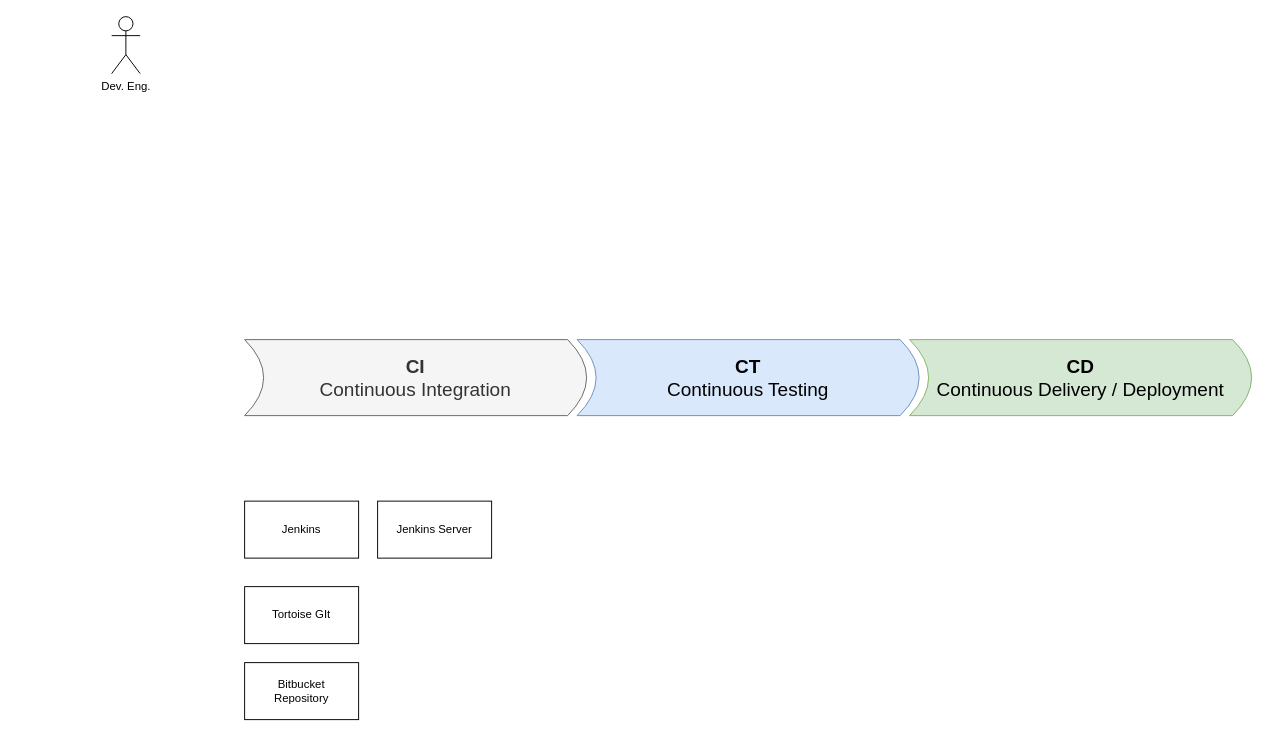
The draw.io diagram Devops Pipeline.drawio in EdwardsKorea/CommonDrawIO, before the edit. Source tidied: cells renumbered, new cells numbered last; positions are measured from the earlier drawing's top-left corner, leaving out a move shared by most shapes. Both pictures are drawn from the tidied source at 95%, with x=0, y=0 at pixel (111, 16).
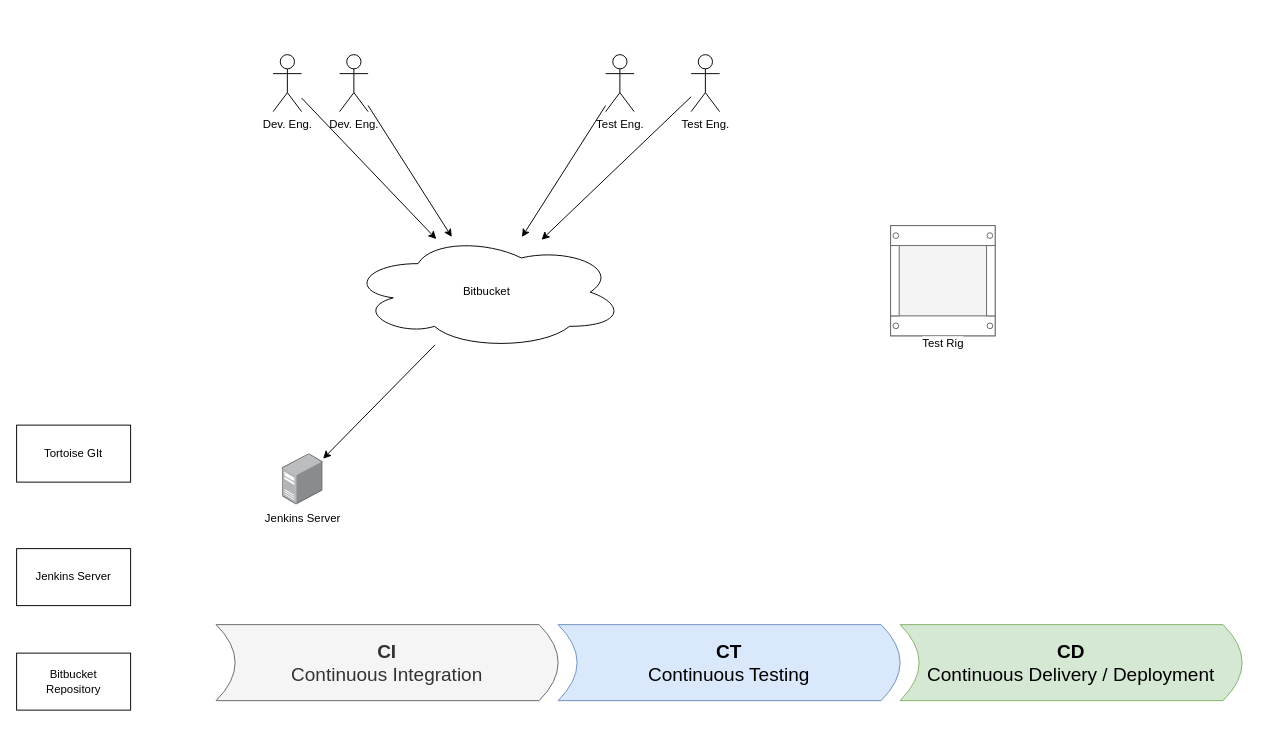
The same diagram, later.

The edit, as a diff of the source:
```diff
@@
 <mxGraphModel>
   <root>
     <mxCell id="0" />
     <mxCell id="1" parent="0" />
     <mxCell id="2" value="&lt;b style=&quot;font-size: 20px;&quot;&gt;&lt;font style=&quot;font-size: 20px;&quot;&gt;CI&lt;/font&gt;&lt;/b&gt;&lt;div style=&quot;font-size: 20px;&quot;&gt;&lt;font style=&quot;font-size: 20px;&quot;&gt;Continuous Integration&lt;/font&gt;&lt;/div&gt;" style="shape=dataStorage;whiteSpace=wrap;html=1;fixedSize=1;flipH=1;fillColor=#f5f5f5;fontColor=#333333;strokeColor=#666666;" parent="1" vertex="1">
-      <mxGeometry x="140" y="340" width="360" height="80" as="geometry" />
+      <mxGeometry x="110" y="640" width="360" height="80" as="geometry" />
     </mxCell>
     <mxCell id="3" value="&lt;b style=&quot;font-size: 20px;&quot;&gt;CT&lt;/b&gt;&lt;div style=&quot;font-size: 20px;&quot;&gt;Continuous Testing&lt;/div&gt;" style="shape=dataStorage;whiteSpace=wrap;html=1;fixedSize=1;flipH=1;fontSize=20;fillColor=#dae8fc;strokeColor=#6c8ebf;" parent="1" vertex="1">
-      <mxGeometry x="490" y="340" width="360" height="80" as="geometry" />
+      <mxGeometry x="470" y="640" width="360" height="80" as="geometry" />
     </mxCell>
     <mxCell id="4" value="&lt;b style=&quot;font-size: 20px;&quot;&gt;CD&lt;/b&gt;&lt;div style=&quot;font-size: 20px;&quot;&gt;Continuous Delivery / Deployment&lt;/div&gt;" style="shape=dataStorage;whiteSpace=wrap;html=1;fixedSize=1;flipH=1;fontSize=20;fillColor=#d5e8d4;strokeColor=#82b366;" parent="1" vertex="1">
-      <mxGeometry x="840" y="340" width="360" height="80" as="geometry" />
+      <mxGeometry x="830" y="640" width="360" height="80" as="geometry" />
     </mxCell>
-    <mxCell id="5" value="Jenkins" style="rounded=0;whiteSpace=wrap;html=1;" parent="1" vertex="1">
-      <mxGeometry x="140" y="510" width="120" height="60" as="geometry" />
-    </mxCell>
     <mxCell id="6" value="Tortoise GIt" style="rounded=0;whiteSpace=wrap;html=1;" parent="1" vertex="1">
-      <mxGeometry x="140" y="600" width="120" height="60" as="geometry" />
+      <mxGeometry x="-100" y="430" width="120" height="60" as="geometry" />
     </mxCell>
     <mxCell id="7" value="Bitbucket&lt;div&gt;Repository&lt;/div&gt;" style="rounded=0;whiteSpace=wrap;html=1;" parent="1" vertex="1">
-      <mxGeometry x="140" y="680" width="120" height="60" as="geometry" />
+      <mxGeometry x="-100" y="670" width="120" height="60" as="geometry" />
     </mxCell>
+    <mxCell id="10" style="rounded=0;jettySize=auto;html=1;" parent="1" edge="1" source="8" target="15">
+      <mxGeometry relative="1" as="geometry" />
+    </mxCell>
     <mxCell id="8" value="Dev. Eng." style="shape=umlActor;verticalLabelPosition=bottom;verticalAlign=top;html=1;outlineConnect=0;" parent="1" vertex="1">
-      <mxGeometry width="30" height="60" as="geometry" />
+      <mxGeometry x="170" y="40" width="30" height="60" as="geometry" />
     </mxCell>
     <mxCell id="9" value="Jenkins Server" style="rounded=0;whiteSpace=wrap;html=1;" parent="1" vertex="1">
-      <mxGeometry x="280" y="510" width="120" height="60" as="geometry" />
+      <mxGeometry x="-100" y="560" width="120" height="60" as="geometry" />
     </mxCell>
+    <mxCell id="11" style="rounded=0;jettySize=auto;html=1;" parent="1" edge="1" source="12" target="15">
+      <mxGeometry relative="1" as="geometry" />
+    </mxCell>
+    <mxCell id="12" value="Dev. Eng." style="shape=umlActor;verticalLabelPosition=bottom;verticalAlign=top;html=1;outlineConnect=0;" parent="1" vertex="1">
+      <mxGeometry x="240" y="40" width="30" height="60" as="geometry" />
+    </mxCell>
+    <mxCell id="13" value="Jenkins Server" style="image;points=[];html=1;align=center;shadow=0;dashed=0;image=img/lib/allied_telesis/computer_and_terminals/Server_Desktop.svg;" parent="1" vertex="1">
+      <mxGeometry x="180" y="460" width="42.6" height="54" as="geometry" />
+    </mxCell>
+    <mxCell id="14" style="rounded=0;jettySize=auto;html=1;" parent="1" edge="1" source="15" target="13">
+      <mxGeometry relative="1" as="geometry" />
+    </mxCell>
+    <mxCell id="15" value="Bitbucket" style="ellipse;shape=cloud;whiteSpace=wrap;html=1;" parent="1" vertex="1">
+      <mxGeometry x="250" y="230" width="290" height="120" as="geometry" />
+    </mxCell>
+    <mxCell id="16" value="Test Eng." style="shape=umlActor;verticalLabelPosition=bottom;verticalAlign=top;html=1;outlineConnect=0;" parent="1" vertex="1">
+      <mxGeometry x="520" y="40" width="30" height="60" as="geometry" />
+    </mxCell>
+    <mxCell id="17" value="Test Eng." style="shape=umlActor;verticalLabelPosition=bottom;verticalAlign=top;html=1;outlineConnect=0;" parent="1" vertex="1">
+      <mxGeometry x="610" y="40" width="30" height="60" as="geometry" />
+    </mxCell>
+    <mxCell id="18" value="Test Rig" style="strokeColor=#666666;html=1;verticalLabelPosition=bottom;labelBackgroundColor=#ffffff;verticalAlign=top;shadow=0;dashed=0;shape=mxgraph.rackGeneral.rackCabinet3;fillColor2=#f4f4f4;allowGaps=1;textColor=#666666;numDisp=off;" parent="1" vertex="1">
+      <mxGeometry x="820" y="220" width="110" height="110" as="geometry" />
+    </mxCell>
+    <mxCell id="19" style="rounded=0;jettySize=auto;html=1;" parent="1" edge="1" source="16" target="15">
+      <mxGeometry relative="1" as="geometry" />
+    </mxCell>
+    <mxCell id="20" style="rounded=0;jettySize=auto;html=1;" parent="1" edge="1" source="17" target="15">
+      <mxGeometry relative="1" as="geometry" />
+    </mxCell>
   </root>
 </mxGraphModel>
```
